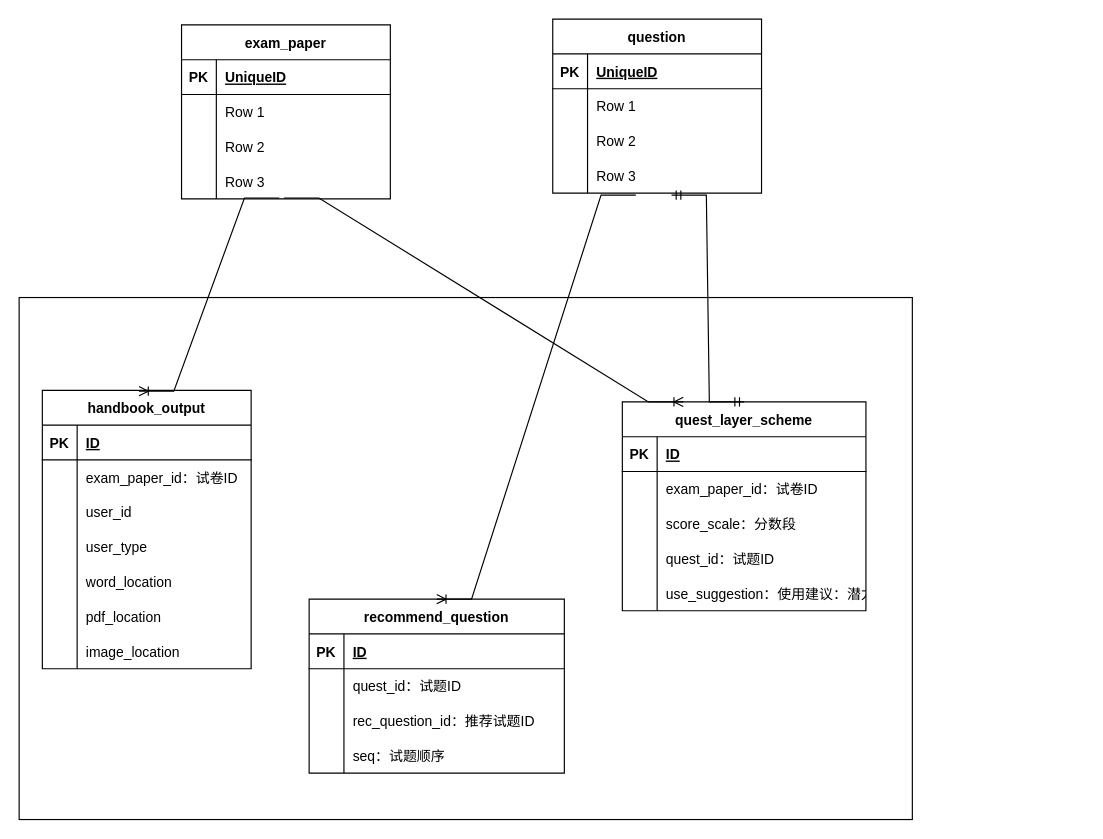
Before: 未命名绘图.drawio in suncodes/suncodes-diagrams, a draw.io diagram. Source tidied: cells renumbered, new cells numbered last; positions are measured from the earlier drawing's top-left corner, leaving out a move shared by most shapes. Both pictures are drawn from the tidied source at 116%, with x=0, y=0 at pixel (19, 19).
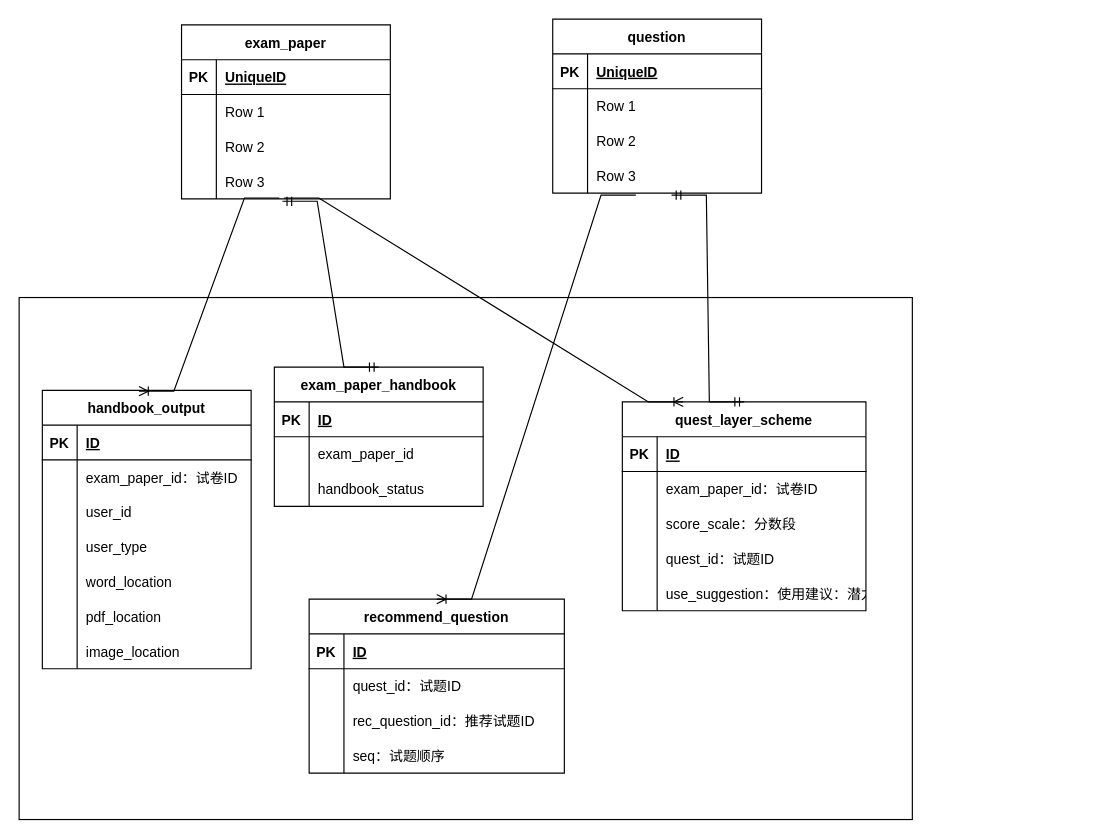
The same diagram, later.

The change refers to these unchanged cells:
```xml
<mxCell id="29" style="shape=tableRow;horizontal=0;startSize=0;swimlaneHead=0;swimlaneBody=0;fillColor=none;points=[[0,0.5],[1,0.5]];portConstraint=eastwest;top=0;left=0;right=0;bottom=0;" parent="19" vertex="1">
  <mxGeometry y="120" width="180" height="30" as="geometry" />
</mxCell>
```

The edit, as a diff of the source:
```diff
@@
+    <mxCell id="84" value="exam_paper_handbook" style="shape=table;startSize=30;childLayout=tableLayout;rowLines=0;fontStyle=1;align=center;" parent="1" vertex="1">
+      <mxGeometry x="220" y="300" width="180" height="120" as="geometry" />
+    </mxCell>
+    <mxCell id="85" style="shape=tableRow;horizontal=0;startSize=0;swimlaneHead=0;swimlaneBody=0;fillColor=none;top=0;left=0;right=0;bottom=1;" parent="84" vertex="1">
+      <mxGeometry y="30" width="180" height="30" as="geometry" />
+    </mxCell>
+    <mxCell id="86" value="PK" style="shape=partialRectangle;fillColor=none;top=0;left=0;bottom=0;right=0;fontStyle=1;overflow=hidden;" parent="85" vertex="1">
+      <mxGeometry width="30" height="30" as="geometry" />
+    </mxCell>
+    <mxCell id="87" value="ID" style="shape=partialRectangle;fillColor=none;top=0;left=0;bottom=0;right=0;align=left;spacingLeft=6;fontStyle=5;overflow=hidden;" parent="85" vertex="1">
+      <mxGeometry x="30" width="150" height="30" as="geometry" />
+    </mxCell>
+    <mxCell id="88" style="shape=tableRow;horizontal=0;startSize=0;swimlaneHead=0;swimlaneBody=0;fillColor=none;top=0;left=0;right=0;bottom=0;" parent="84" vertex="1">
+      <mxGeometry y="60" width="180" height="30" as="geometry" />
+    </mxCell>
+    <mxCell id="89" style="shape=partialRectangle;fillColor=none;top=0;left=0;bottom=0;right=0;overflow=hidden;" parent="88" vertex="1">
+      <mxGeometry width="30" height="30" as="geometry" />
+    </mxCell>
+    <mxCell id="90" value="exam_paper_id" style="shape=partialRectangle;fillColor=none;top=0;left=0;bottom=0;right=0;align=left;spacingLeft=6;overflow=hidden;" parent="88" vertex="1">
+      <mxGeometry x="30" width="150" height="30" as="geometry" />
+    </mxCell>
+    <mxCell id="91" style="shape=tableRow;horizontal=0;startSize=0;swimlaneHead=0;swimlaneBody=0;fillColor=none;top=0;left=0;right=0;bottom=0;" parent="84" vertex="1">
+      <mxGeometry y="90" width="180" height="30" as="geometry" />
+    </mxCell>
+    <mxCell id="92" style="shape=partialRectangle;fillColor=none;top=0;left=0;bottom=0;right=0;overflow=hidden;" parent="91" vertex="1">
+      <mxGeometry width="30" height="30" as="geometry" />
+    </mxCell>
+    <mxCell id="93" value="handbook_status" style="shape=partialRectangle;fillColor=none;top=0;left=0;bottom=0;right=0;align=left;spacingLeft=6;overflow=hidden;" parent="91" vertex="1">
+      <mxGeometry x="30" width="150" height="30" as="geometry" />
+    </mxCell>
+    <mxCell id="94" style="edgeStyle=entityRelationEdgeStyle;fontSize=12;html=1;endArrow=ERmandOne;startArrow=ERmandOne;rounded=0;exitX=0.5;exitY=0;exitDx=0;exitDy=0;entryX=0.483;entryY=1.067;entryDx=0;entryDy=0;entryPerimeter=0;" parent="1" edge="1" source="84" target="29">
+      <mxGeometry relative="1" as="geometry" />
+    </mxCell>
```
